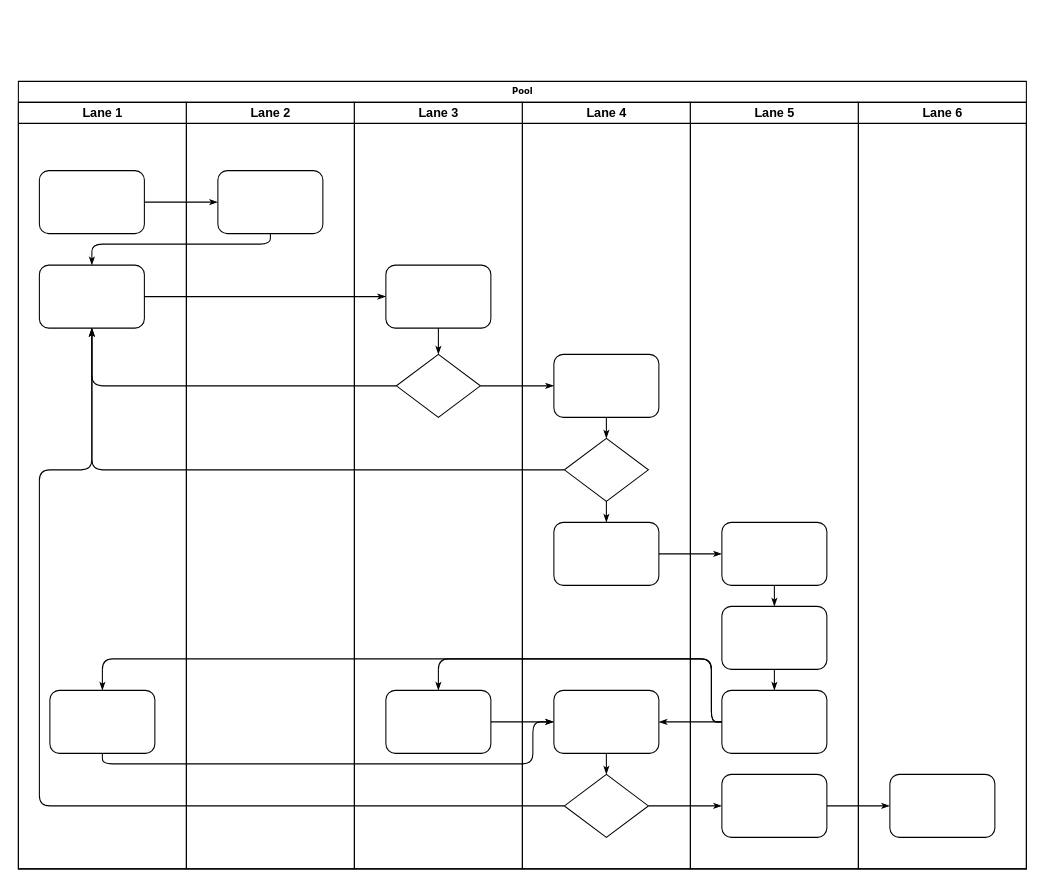
This is DocReader/DocReader.drawio from pkretzmann/draw.io, a draw.io file, before an edit. Source tidied: cells renumbered, new cells numbered last; positions are measured from the earlier drawing's top-left corner, leaving out a move shared by most shapes. Both pictures are drawn from the tidied source at 105%, with x=0, y=0 at pixel (18, 81).
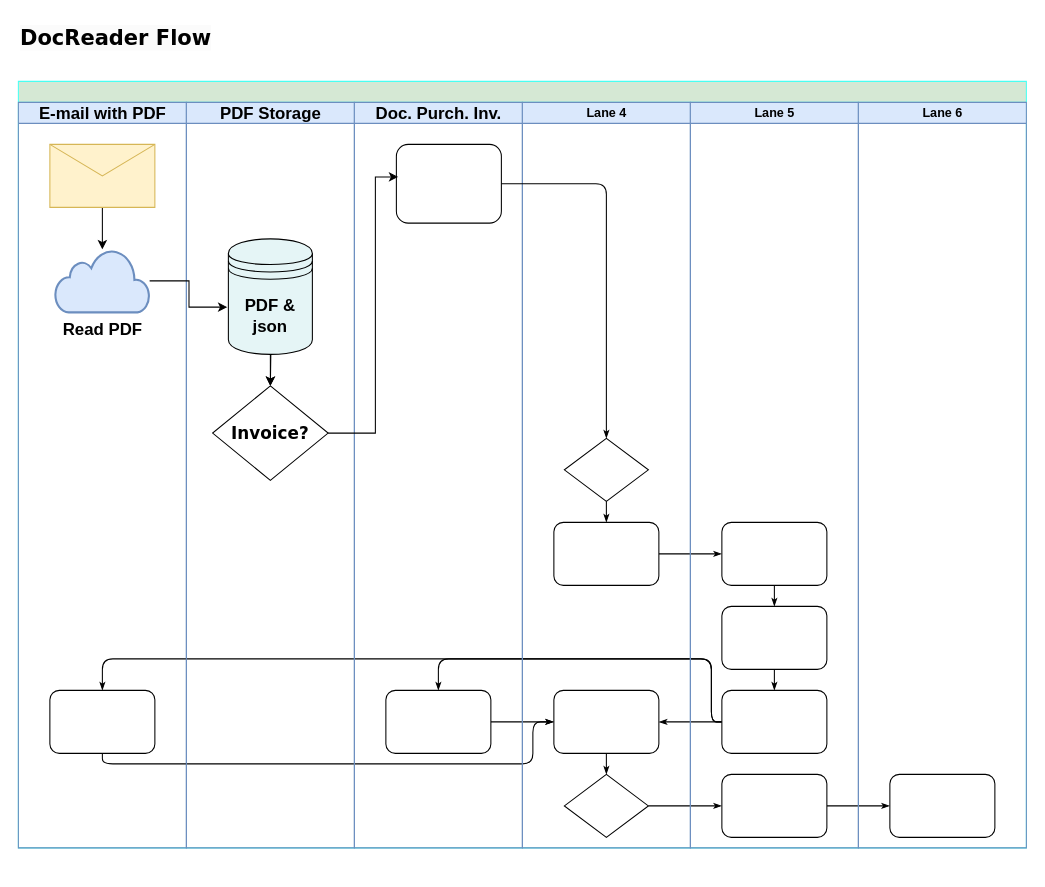
After the change.

The change refers to these unchanged cells:
```xml
<mxCell id="31" style="rhombus;whiteSpace=wrap;html=1;rounded=0;shadow=0;labelBackgroundColor=none;strokeWidth=1;fontFamily=Verdana;fontSize=8;align=center;" parent="29" vertex="1">
  <mxGeometry x="40" y="320" width="80" height="60" as="geometry" />
</mxCell>
<mxCell id="34" style="rhombus;whiteSpace=wrap;html=1;rounded=0;shadow=0;labelBackgroundColor=none;strokeWidth=1;fontFamily=Verdana;fontSize=8;align=center;" parent="29" vertex="1">
  <mxGeometry x="40" y="640" width="80" height="60" as="geometry" />
</mxCell>
```

Diff of the diagram source:
```diff
@@
-    <mxCell id="2" value="Pool" style="swimlane;html=1;startSize=20;rounded=0;shadow=0;labelBackgroundColor=none;strokeWidth=1;fontFamily=Verdana;fontSize=8;align=center;" parent="1" vertex="1">
-      <mxGeometry width="960" height="750" as="geometry" />
+    <mxCell id="2" style="swimlane;html=1;startSize=20;rounded=0;shadow=0;labelBackgroundColor=none;strokeWidth=1;fontFamily=Verdana;fontSize=8;align=center;fillColor=#d5e8d4;strokeColor=#49FFF2;arcSize=15;spacingBottom=0;spacingRight=0;spacingTop=0;" parent="1" vertex="1">
+      <mxGeometry width="960" height="730" as="geometry" />
     </mxCell>
-    <mxCell id="3" value="Lane 1" style="swimlane;html=1;startSize=20;" parent="2" vertex="1">
-      <mxGeometry y="20" width="160" height="730" as="geometry" />
+    <mxCell id="3" value="&lt;font style=&quot;font-size: 16px;&quot;&gt;E-mail with PDF&lt;/font&gt;" style="swimlane;html=1;startSize=20;labelBackgroundColor=none;fillColor=#dae8fc;strokeColor=#6c8ebf;" parent="2" vertex="1">
+      <mxGeometry y="20" width="160" height="710" as="geometry" />
     </mxCell>
-    <mxCell id="4" style="rounded=1;whiteSpace=wrap;html=1;shadow=0;labelBackgroundColor=none;strokeWidth=1;fontFamily=Verdana;fontSize=8;align=center;" parent="3" vertex="1">
-      <mxGeometry x="20" y="65" width="100" height="60" as="geometry" />
-    </mxCell>
-    <mxCell id="5" style="rounded=1;whiteSpace=wrap;html=1;shadow=0;labelBackgroundColor=none;strokeWidth=1;fontFamily=Verdana;fontSize=8;align=center;" parent="3" vertex="1">
-      <mxGeometry x="20" y="155" width="100" height="60" as="geometry" />
-    </mxCell>
@@
-    <mxCell id="7" style="edgeStyle=orthogonalEdgeStyle;rounded=1;html=1;labelBackgroundColor=none;startArrow=none;startFill=0;startSize=5;endArrow=classicThin;endFill=1;endSize=5;jettySize=auto;strokeWidth=1;fontFamily=Verdana;fontSize=8;" parent="2" edge="1" source="4" target="23">
-      <mxGeometry relative="1" as="geometry" />
-    </mxCell>
-    <mxCell id="8" style="edgeStyle=orthogonalEdgeStyle;rounded=1;html=1;labelBackgroundColor=none;startArrow=none;startFill=0;startSize=5;endArrow=classicThin;endFill=1;endSize=5;jettySize=auto;strokeWidth=1;fontFamily=Verdana;fontSize=8;" parent="2" edge="1" source="23" target="5">
-      <mxGeometry relative="1" as="geometry">
-        <Array as="points">
-          <mxPoint x="240" y="155" />
-          <mxPoint x="70" y="155" />
-        </Array>
-      </mxGeometry>
-    </mxCell>
-    <mxCell id="9" style="edgeStyle=orthogonalEdgeStyle;rounded=1;html=1;labelBackgroundColor=none;startArrow=none;startFill=0;startSize=5;endArrow=classicThin;endFill=1;endSize=5;jettySize=auto;strokeWidth=1;fontFamily=Verdana;fontSize=8;" parent="2" edge="1" source="5" target="25">
-      <mxGeometry relative="1" as="geometry" />
-    </mxCell>
-    <mxCell id="10" style="edgeStyle=orthogonalEdgeStyle;rounded=1;html=1;labelBackgroundColor=none;startArrow=none;startFill=0;startSize=5;endArrow=classicThin;endFill=1;endSize=5;jettySize=auto;strokeWidth=1;fontFamily=Verdana;fontSize=8;" parent="2" edge="1" source="26" target="5">
-      <mxGeometry relative="1" as="geometry" />
-    </mxCell>
-    <mxCell id="11" style="edgeStyle=orthogonalEdgeStyle;rounded=1;html=1;labelBackgroundColor=none;startArrow=none;startFill=0;startSize=5;endArrow=classicThin;endFill=1;endSize=5;jettySize=auto;strokeWidth=1;fontFamily=Verdana;fontSize=8;" parent="2" edge="1" source="31" target="5">
-      <mxGeometry relative="1" as="geometry" />
-    </mxCell>
-    <mxCell id="12" style="edgeStyle=orthogonalEdgeStyle;rounded=1;html=1;labelBackgroundColor=none;startArrow=none;startFill=0;startSize=5;endArrow=classicThin;endFill=1;endSize=5;jettySize=auto;strokeWidth=1;fontFamily=Verdana;fontSize=8;" parent="2" edge="1" source="34" target="5">
-      <mxGeometry relative="1" as="geometry">
-        <Array as="points">
-          <mxPoint x="20" y="690" />
-          <mxPoint x="20" y="370" />
-          <mxPoint x="70" y="370" />
-        </Array>
-      </mxGeometry>
-    </mxCell>
-    <mxCell id="13" style="edgeStyle=orthogonalEdgeStyle;rounded=1;html=1;labelBackgroundColor=none;startArrow=none;startFill=0;startSize=5;endArrow=classicThin;endFill=1;endSize=5;jettySize=auto;strokeWidth=1;fontFamily=Verdana;fontSize=8;" parent="2" edge="1" source="26" target="30">
-      <mxGeometry relative="1" as="geometry" />
-    </mxCell>
+    <mxCell id="47" style="edgeStyle=orthogonalEdgeStyle;rounded=0;jettySize=auto;html=1;" parent="3" edge="1" source="48" target="49">
+      <mxGeometry relative="1" as="geometry" />
+    </mxCell>
+    <mxCell id="48" style="shape=message;html=1;html=1;outlineConnect=0;labelPosition=center;verticalLabelPosition=bottom;align=center;verticalAlign=top;fillColor=#fff2cc;strokeColor=#d6b656;" parent="3" vertex="1">
+      <mxGeometry x="30" y="40" width="100" height="60" as="geometry" />
+    </mxCell>
+    <mxCell id="49" value="&lt;font style=&quot;font-size: 16px;&quot;&gt;&lt;b&gt;Read PDF&lt;/b&gt;&lt;/font&gt;" style="html=1;verticalLabelPosition=bottom;align=center;labelBackgroundColor=#ffffff;verticalAlign=top;strokeWidth=2;strokeColor=#6c8ebf;shadow=0;dashed=0;shape=mxgraph.ios7.icons.cloud;fillColor=#dae8fc;" parent="3" vertex="1">
+      <mxGeometry x="35" y="140" width="90" height="60" as="geometry" />
+    </mxCell>
@@
-    <mxCell id="22" value="Lane 2" style="swimlane;html=1;startSize=20;" parent="2" vertex="1">
-      <mxGeometry x="160" y="20" width="160" height="730" as="geometry" />
+    <mxCell id="22" value="&lt;font style=&quot;font-size: 16px;&quot;&gt;PDF Storage&lt;/font&gt;" style="swimlane;html=1;startSize=20;fillColor=#dae8fc;strokeColor=#6c8ebf;" parent="2" vertex="1">
+      <mxGeometry x="160" y="20" width="160" height="710" as="geometry" />
     </mxCell>
-    <mxCell id="23" style="rounded=1;whiteSpace=wrap;html=1;shadow=0;labelBackgroundColor=none;strokeWidth=1;fontFamily=Verdana;fontSize=8;align=center;" parent="22" vertex="1">
-      <mxGeometry x="30" y="65" width="100" height="60" as="geometry" />
-    </mxCell>
+    <mxCell id="50" style="edgeStyle=orthogonalEdgeStyle;rounded=0;jettySize=auto;html=1;" parent="22" edge="1" target="26">
+      <mxGeometry relative="1" as="geometry">
+        <mxPoint x="80" y="200" as="sourcePoint" />
+      </mxGeometry>
+    </mxCell>
+    <mxCell id="26" value="&lt;font style=&quot;font-size: 16px;&quot;&gt;&lt;b&gt;Invoice?&lt;/b&gt;&lt;/font&gt;" style="rhombus;whiteSpace=wrap;html=1;rounded=0;shadow=0;labelBackgroundColor=none;strokeWidth=1;fontFamily=Verdana;fontSize=8;align=center;" parent="22" vertex="1">
+      <mxGeometry x="25" y="270" width="110" height="90" as="geometry" />
+    </mxCell>
+    <mxCell id="51" style="edgeStyle=orthogonalEdgeStyle;rounded=0;jettySize=auto;html=1;" parent="22" edge="1" source="52" target="26">
+      <mxGeometry relative="1" as="geometry" />
+    </mxCell>
+    <mxCell id="52" value="&lt;font style=&quot;font-size: 16px;&quot;&gt;&lt;b&gt;PDF &amp;amp; json&lt;/b&gt;&lt;/font&gt;" style="shape=datastore;whiteSpace=wrap;html=1;fillColor=#E5F5F6;" parent="22" vertex="1">
+      <mxGeometry x="40" y="130" width="80" height="110" as="geometry" />
+    </mxCell>
-    <mxCell id="24" value="Lane 3" style="swimlane;html=1;startSize=20;" parent="2" vertex="1">
-      <mxGeometry x="320" y="20" width="160" height="730" as="geometry" />
+    <mxCell id="24" value="&lt;font style=&quot;font-size: 16px;&quot;&gt;Doc. Purch. Inv.&lt;/font&gt;" style="swimlane;html=1;startSize=20;fillColor=#dae8fc;strokeColor=#6c8ebf;" parent="2" vertex="1">
+      <mxGeometry x="320" y="20" width="160" height="710" as="geometry" />
     </mxCell>
-    <mxCell id="25" style="rounded=1;whiteSpace=wrap;html=1;shadow=0;labelBackgroundColor=none;strokeWidth=1;fontFamily=Verdana;fontSize=8;align=center;" parent="24" vertex="1">
-      <mxGeometry x="30" y="155" width="100" height="60" as="geometry" />
-    </mxCell>
-    <mxCell id="26" style="rhombus;whiteSpace=wrap;html=1;rounded=0;shadow=0;labelBackgroundColor=none;strokeWidth=1;fontFamily=Verdana;fontSize=8;align=center;" parent="24" vertex="1">
-      <mxGeometry x="40" y="240" width="80" height="60" as="geometry" />
-    </mxCell>
@@
-    <mxCell id="28" style="edgeStyle=orthogonalEdgeStyle;rounded=1;html=1;labelBackgroundColor=none;startArrow=none;startFill=0;startSize=5;endArrow=classicThin;endFill=1;endSize=5;jettySize=auto;strokeWidth=1;fontFamily=Verdana;fontSize=8;" parent="24" edge="1" source="25" target="26">
-      <mxGeometry relative="1" as="geometry" />
-    </mxCell>
+    <mxCell id="30" style="rounded=1;whiteSpace=wrap;html=1;shadow=0;labelBackgroundColor=none;strokeWidth=1;fontFamily=Verdana;fontSize=8;align=center;" parent="24" vertex="1">
+      <mxGeometry x="40" y="40" width="100" height="75" as="geometry" />
+    </mxCell>
-    <mxCell id="29" value="Lane 4" style="swimlane;html=1;startSize=20;" parent="2" vertex="1">
-      <mxGeometry x="480" y="20" width="160" height="730" as="geometry" />
+    <mxCell id="29" value="Lane 4" style="swimlane;html=1;startSize=20;fillColor=#dae8fc;strokeColor=#6c8ebf;" parent="2" vertex="1">
+      <mxGeometry x="480" y="20" width="160" height="710" as="geometry" />
     </mxCell>
-    <mxCell id="30" style="rounded=1;whiteSpace=wrap;html=1;shadow=0;labelBackgroundColor=none;strokeWidth=1;fontFamily=Verdana;fontSize=8;align=center;" parent="29" vertex="1">
-      <mxGeometry x="30" y="240" width="100" height="60" as="geometry" />
-    </mxCell>
@@
-    <mxCell id="35" style="edgeStyle=orthogonalEdgeStyle;rounded=1;html=1;labelBackgroundColor=none;startArrow=none;startFill=0;startSize=5;endArrow=classicThin;endFill=1;endSize=5;jettySize=auto;strokeColor=#000000;strokeWidth=1;fontFamily=Verdana;fontSize=8;fontColor=#000000;" parent="29" edge="1" source="30" target="31">
-      <mxGeometry relative="1" as="geometry" />
-    </mxCell>
@@
-    <mxCell id="38" value="Lane 5" style="swimlane;html=1;startSize=20;" parent="2" vertex="1">
-      <mxGeometry x="640" y="20" width="160" height="730" as="geometry" />
+    <mxCell id="38" value="Lane 5" style="swimlane;html=1;startSize=20;fillColor=#dae8fc;strokeColor=#6c8ebf;" parent="2" vertex="1">
+      <mxGeometry x="640" y="20" width="160" height="710" as="geometry" />
     </mxCell>
@@
-    <mxCell id="45" value="Lane 6" style="swimlane;html=1;startSize=20;" parent="2" vertex="1">
-      <mxGeometry x="800" y="20" width="160" height="730" as="geometry" />
+    <mxCell id="45" value="Lane 6" style="swimlane;html=1;startSize=20;fillColor=#dae8fc;strokeColor=#6c8ebf;" parent="2" vertex="1">
+      <mxGeometry x="800" y="20" width="160" height="710" as="geometry" />
     </mxCell>
@@
+    <mxCell id="53" style="edgeStyle=orthogonalEdgeStyle;rounded=0;jettySize=auto;html=1;entryX=-0.012;entryY=0.591;entryDx=0;entryDy=0;entryPerimeter=0;" parent="2" edge="1" source="49" target="52">
+      <mxGeometry relative="1" as="geometry" />
+    </mxCell>
+    <mxCell id="35" style="edgeStyle=orthogonalEdgeStyle;rounded=1;html=1;labelBackgroundColor=none;startArrow=none;startFill=0;startSize=5;endArrow=classicThin;endFill=1;endSize=5;jettySize=auto;strokeColor=#000000;strokeWidth=1;fontFamily=Verdana;fontSize=8;fontColor=#000000;" parent="2" edge="1" source="30" target="31">
+      <mxGeometry relative="1" as="geometry" />
+    </mxCell>
+    <mxCell id="13" style="edgeStyle=orthogonalEdgeStyle;rounded=0;jettySize=auto;html=1;entryX=0.018;entryY=0.413;entryDx=0;entryDy=0;entryPerimeter=0;" parent="2" edge="1" source="26" target="30">
+      <mxGeometry relative="1" as="geometry">
+        <Array as="points">
+          <mxPoint x="340" y="335" />
+          <mxPoint x="340" y="91" />
+        </Array>
+      </mxGeometry>
+    </mxCell>
+    <mxCell id="54" value="&lt;span style=&quot;color: rgb(0, 0, 0); font-family: Verdana; font-size: 20px; font-style: normal; font-variant-ligatures: normal; font-variant-caps: normal; font-weight: 700; letter-spacing: normal; orphans: 2; text-align: center; text-indent: 0px; text-transform: none; widows: 2; word-spacing: 0px; -webkit-text-stroke-width: 0px; white-space: nowrap; background-color: rgb(251, 251, 251); text-decoration-thickness: initial; text-decoration-style: initial; text-decoration-color: initial; float: none; display: inline !important;&quot;&gt;DocReader Flow&lt;/span&gt;&lt;div&gt;&lt;span style=&quot;color: rgb(0, 0, 0); font-family: Verdana; font-size: 20px; font-style: normal; font-variant-ligatures: normal; font-variant-caps: normal; font-weight: 700; letter-spacing: normal; orphans: 2; text-align: center; text-indent: 0px; text-transform: none; widows: 2; word-spacing: 0px; -webkit-text-stroke-width: 0px; white-space: nowrap; background-color: rgb(251, 251, 251); text-decoration-thickness: initial; text-decoration-style: initial; text-decoration-color: initial; float: none; display: inline !important;&quot;&gt;&lt;br&gt;&lt;/span&gt;&lt;/div&gt;" style="text;whiteSpace=wrap;html=1;" parent="1" vertex="1">
+      <mxGeometry y="-60" width="190" height="50" as="geometry" />
+    </mxCell>
```
